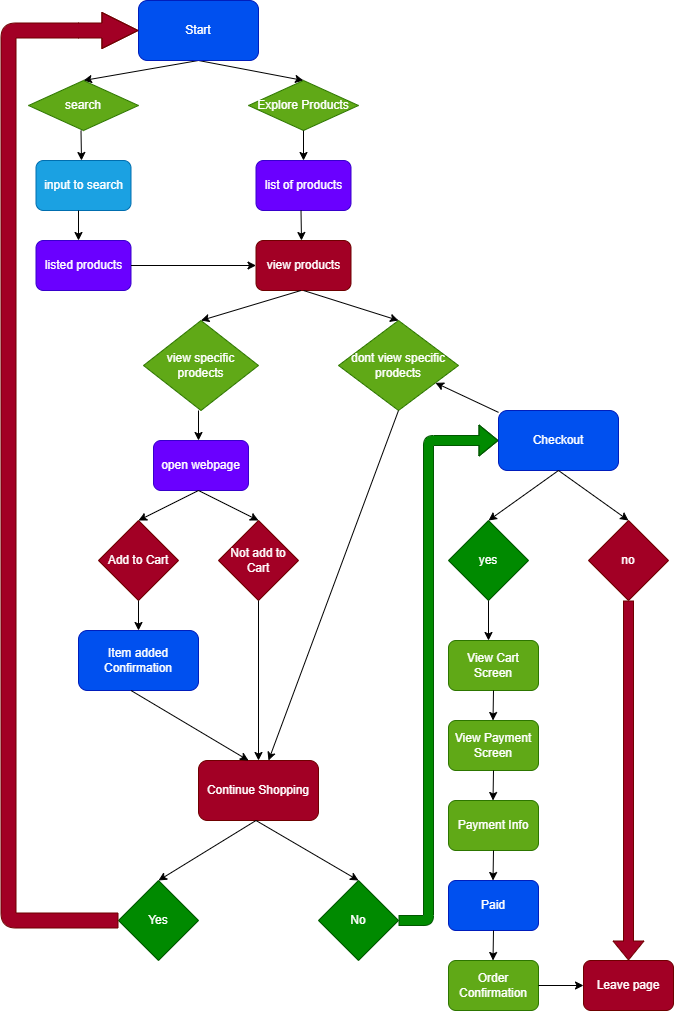
Before: Explore/diagramming/diagram.drawio.png, a diagram exported from draw.io (rahmadi0/fa22-cse110-lab4). Source tidied: cells renumbered, new cells last; positions are measured from the earlier drawing's top-left corner, leaving out a move shared by most shapes.
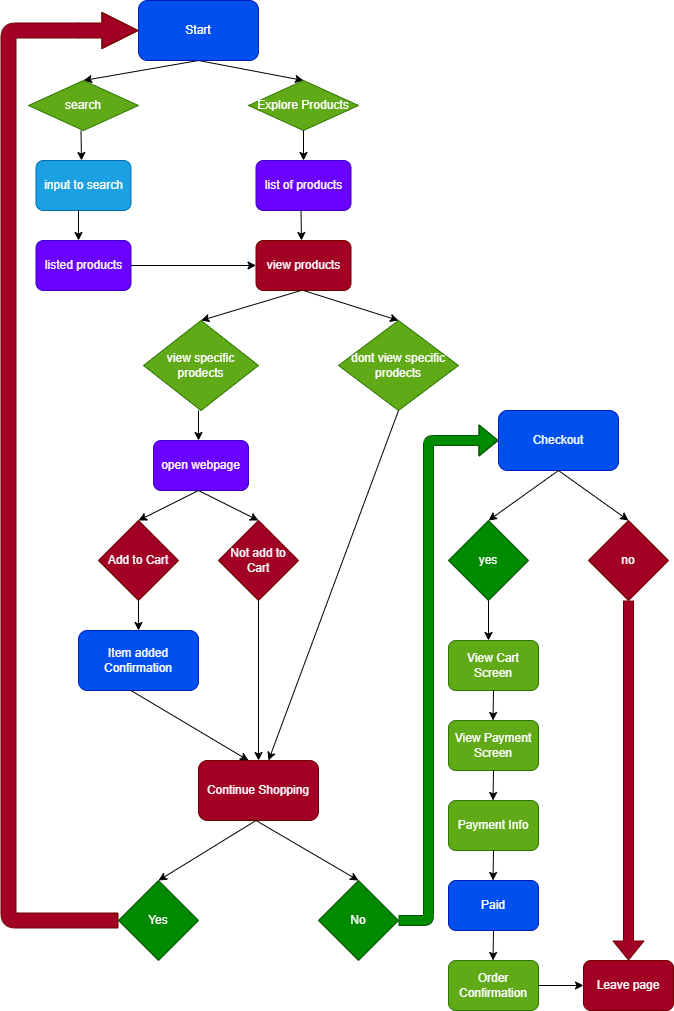
Later version of the same file.

Change to the diagram source:
```diff
@@ -158,9 +158,6 @@
         </Array>
       </mxGeometry>
     </mxCell>
-    <mxCell id="38" style="edgeStyle=none;html=1;" parent="1" edge="1" source="39" target="19">
-      <mxGeometry relative="1" as="geometry" />
-    </mxCell>
     <mxCell id="39" value="Checkout" style="rounded=1;whiteSpace=wrap;html=1;fillColor=#0050ef;fontColor=#ffffff;strokeColor=#001DBC;" parent="1" vertex="1">
       <mxGeometry x="490" y="410" width="120" height="60" as="geometry" />
     </mxCell>
```
